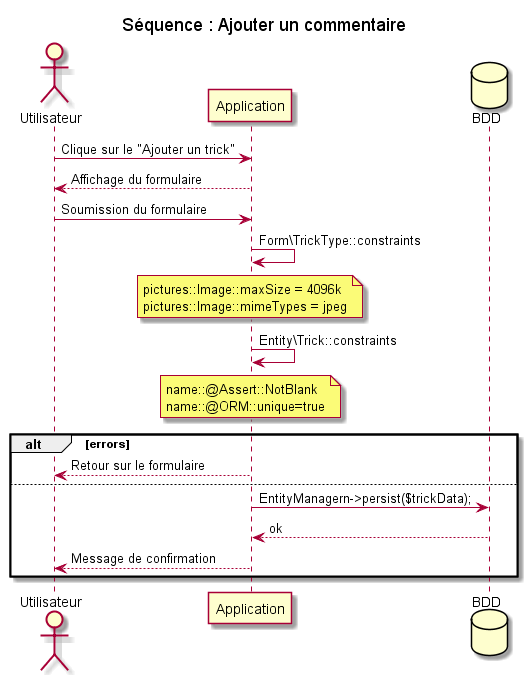
The PlantUML diagram diagrams/Séquence   Ajouter un commentaire.png in sjaulin/snowtricks, before a commit. Source of this version:
```plantuml
@startuml
title Séquence : Ajouter un commentaire
actor Utilisateur
participant Application
database BDD
Utilisateur -> Application : Clique sur le "Ajouter un trick"
Application --> Utilisateur : Affichage du formulaire
Utilisateur -> Application : Soumission du formulaire
Application -> Application : Form\TrickType::constraints
note over Application
pictures::Image::maxSize = 4096k
pictures::Image::mimeTypes = jpeg
end note
Application -> Application : Entity\Trick::constraints
note over Application
name::@Assert::NotBlank
name::@ORM::unique=true
end note
alt errors
Application --> Utilisateur : Retour sur le formulaire
else
Application -> BDD : EntityManagern->persist($trickData);
BDD --> Application : ok
Application --> Utilisateur : Message de confirmation
end
@enduml
```
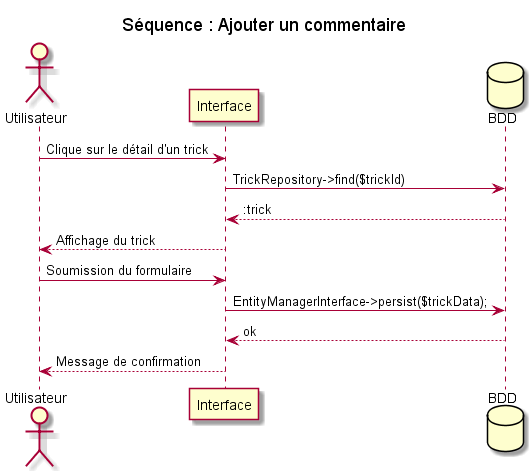
After the change.

Change to the diagram source:
```diff
@@ -1,26 +1,14 @@
 @startuml
 title Séquence : Ajouter un commentaire
 actor Utilisateur
-participant Application
+participant Interface
 database BDD
-Utilisateur -> Application : Clique sur le "Ajouter un trick"
-Application --> Utilisateur : Affichage du formulaire
-Utilisateur -> Application : Soumission du formulaire
-Application -> Application : Form\TrickType::constraints
-note over Application
-pictures::Image::maxSize = 4096k
-pictures::Image::mimeTypes = jpeg
-end note
-Application -> Application : Entity\Trick::constraints
-note over Application
-name::@Assert::NotBlank
-name::@ORM::unique=true
-end note
-alt errors
-Application --> Utilisateur : Retour sur le formulaire
-else
-Application -> BDD : EntityManagern->persist($trickData);
-BDD --> Application : ok
-Application --> Utilisateur : Message de confirmation
-end
+Utilisateur -> Interface : Clique sur le détail d'un trick
+Interface -> BDD : TrickRepository->find($trickId)
+BDD --> Interface : :trick
+Interface --> Utilisateur : Affichage du trick
+Utilisateur -> Interface : Soumission du formulaire
+Interface -> BDD : EntityManagerInterface->persist($trickData);
+BDD --> Interface : ok
+Interface --> Utilisateur : Message de confirmation
 @enduml
```
